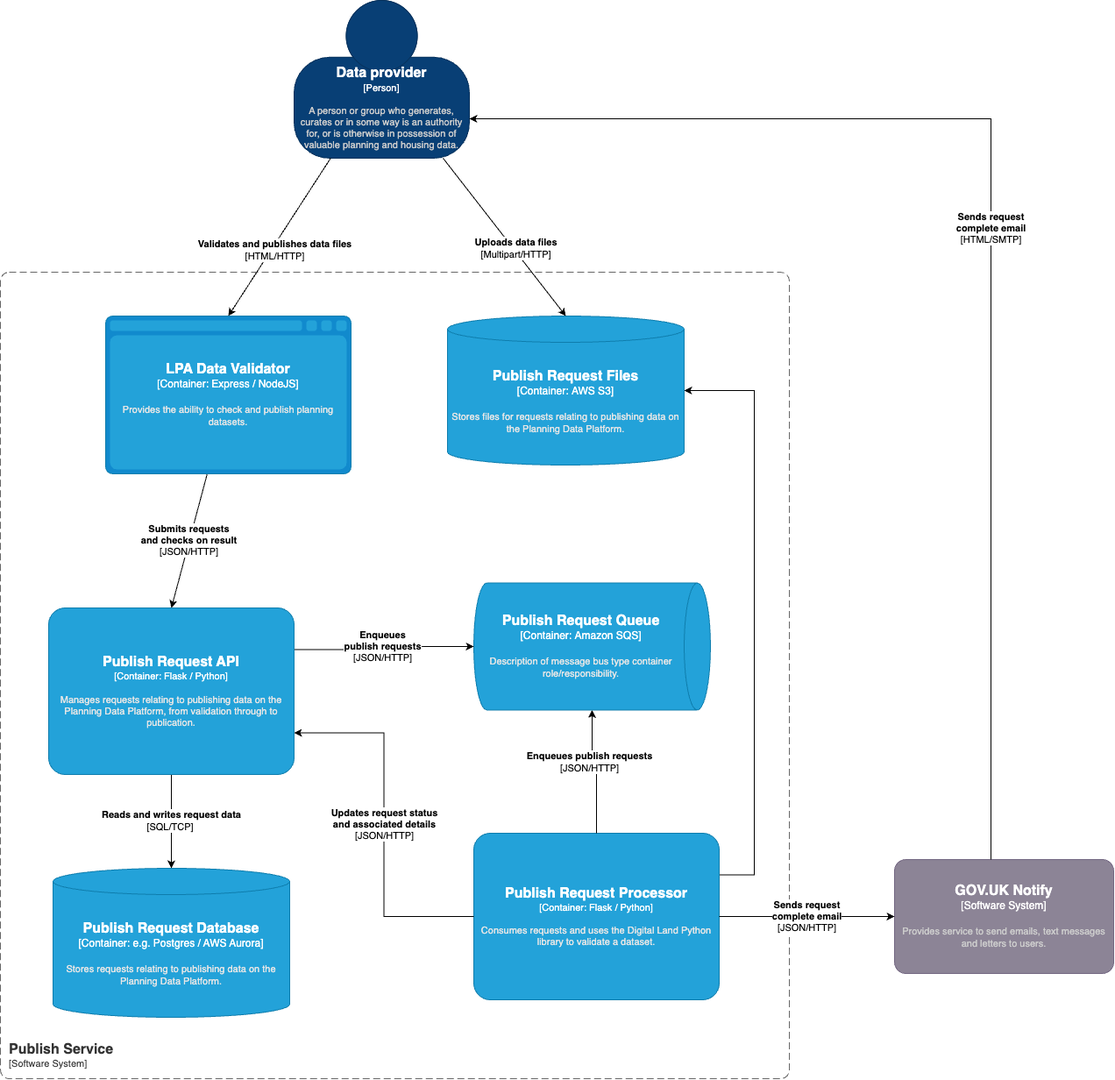
Before: source/architecture/design/proposals/001-publish-async/images/containers.drawio.png, a diagram exported from draw.io (digital-land/technical-documentation). Source tidied: cells renumbered, new cells last; positions are measured from the earlier drawing's top-left corner, leaving out a move shared by most shapes.
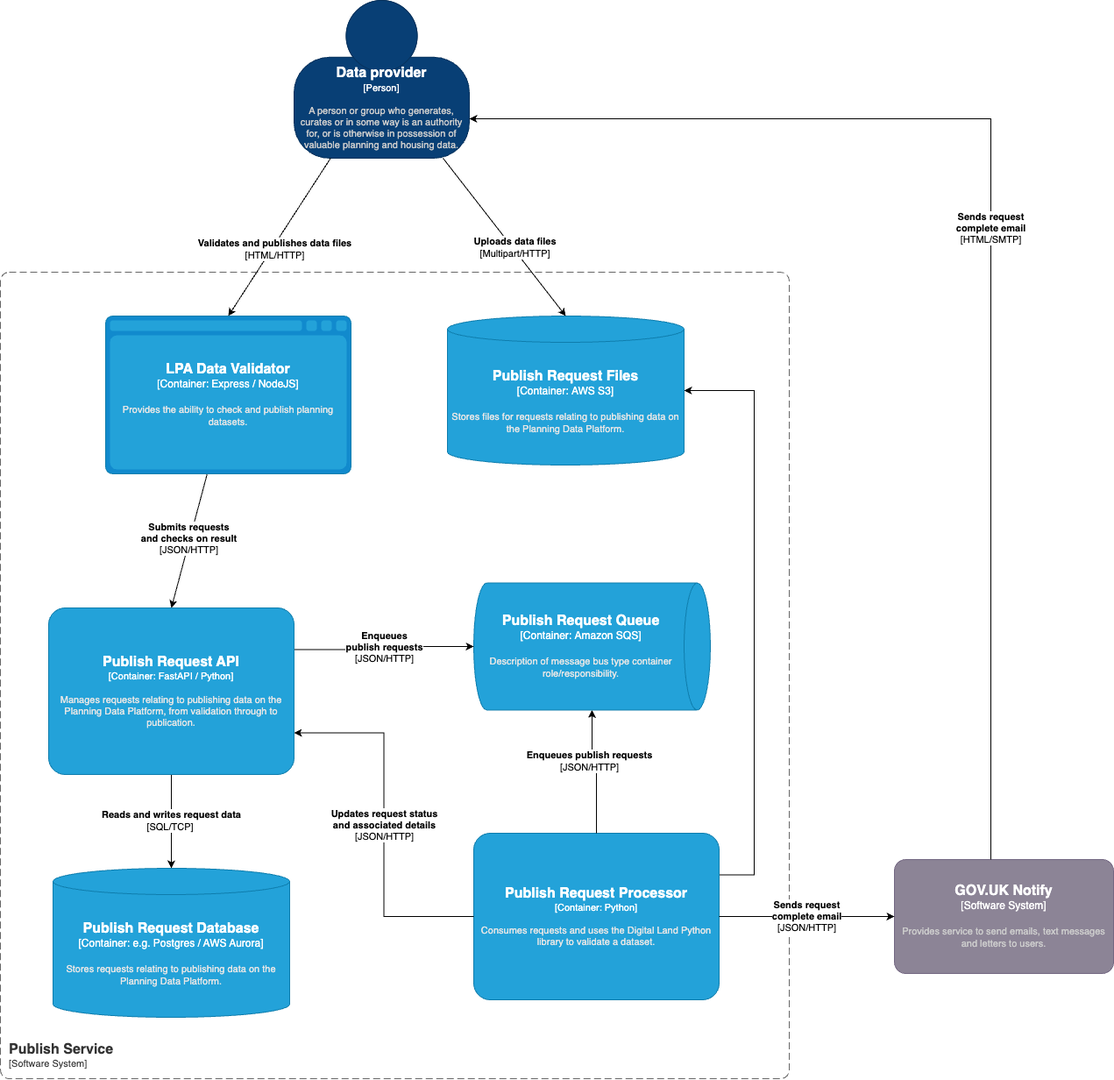
The same diagram one commit later.

Commit message:
A few tweaks to the design following feedback session with Owen

Diff of the diagram source:
```diff
@@ -20,7 +20,7 @@
         <mxPoint x="-148" y="475" as="offset" />
       </mxGeometry>
     </mxCell>
-    <object id="5" label="&lt;font style=&quot;font-size: 16px&quot;&gt;&lt;b&gt;%c4Name%&lt;/b&gt;&lt;/font&gt;&lt;div&gt;[%c4Type%: %c4Technology%]&lt;/div&gt;&lt;br&gt;&lt;div&gt;&lt;font style=&quot;font-size: 11px&quot;&gt;&lt;font color=&quot;#E6E6E6&quot;&gt;%c4Description%&lt;/font&gt;&lt;/div&gt;" c4Description="Consumes requests and uses the Digital Land Python library to validate a dataset." c4Name="Publish Request Processor" c4Technology="Flask / Python" c4Type="Container" placeholders="1">
+    <object id="5" label="&lt;font style=&quot;font-size: 16px&quot;&gt;&lt;b&gt;%c4Name%&lt;/b&gt;&lt;/font&gt;&lt;div&gt;[%c4Type%: %c4Technology%]&lt;/div&gt;&lt;br&gt;&lt;div&gt;&lt;font style=&quot;font-size: 11px&quot;&gt;&lt;font color=&quot;#E6E6E6&quot;&gt;%c4Description%&lt;/font&gt;&lt;/div&gt;" c4Description="Consumes requests and uses the Digital Land Python library to validate a dataset." c4Name="Publish Request Processor" c4Technology="Python" c4Type="Container" placeholders="1">
       <mxCell style="rounded=1;whiteSpace=wrap;html=1;fontSize=11;labelBackgroundColor=none;fillColor=#23A2D9;fontColor=#ffffff;align=center;arcSize=10;strokeColor=#0E7DAD;points=[[0.25,0,0],[0.5,0,0],[0.75,0,0],[1,0.25,0],[1,0.5,0],[1,0.75,0],[0.75,1,0],[0.5,1,0],[0.25,1,0],[0,0.75,0],[0,0.5,0],[0,0.25,0]];" parent="1" vertex="1">
         <mxGeometry x="540" y="950" width="280" height="190" as="geometry" />
       </mxCell>
@@ -64,7 +64,7 @@
     <mxCell id="16" value="&lt;b&gt;Enqueues &lt;br&gt;publish requests&lt;/b&gt;&lt;br&gt;[JSON/HTTP]" style="edgeStyle=orthogonalEdgeStyle;rounded=0;jettySize=auto;html=1;exitX=1;exitY=0.25;exitDx=0;exitDy=0;exitPerimeter=0;" parent="1" edge="1" source="17" target="14">
       <mxGeometry relative="1" as="geometry" />
     </mxCell>
-    <object id="17" label="&lt;font style=&quot;font-size: 16px&quot;&gt;&lt;b&gt;%c4Name%&lt;/b&gt;&lt;/font&gt;&lt;div&gt;[%c4Type%: %c4Technology%]&lt;/div&gt;&lt;br&gt;&lt;div&gt;&lt;font style=&quot;font-size: 11px&quot;&gt;&lt;font color=&quot;#E6E6E6&quot;&gt;%c4Description%&lt;/font&gt;&lt;/div&gt;" c4Description="Manages requests relating to publishing data on the Planning Data Platform, from validation through to publication." c4Name="Publish Request API" c4Technology="Flask / Python" c4Type="Container" placeholders="1">
+    <object id="17" label="&lt;font style=&quot;font-size: 16px&quot;&gt;&lt;b&gt;%c4Name%&lt;/b&gt;&lt;/font&gt;&lt;div&gt;[%c4Type%: %c4Technology%]&lt;/div&gt;&lt;br&gt;&lt;div&gt;&lt;font style=&quot;font-size: 11px&quot;&gt;&lt;font color=&quot;#E6E6E6&quot;&gt;%c4Description%&lt;/font&gt;&lt;/div&gt;" c4Description="Manages requests relating to publishing data on the Planning Data Platform, from validation through to publication." c4Name="Publish Request API" c4Technology="FastAPI / Python" c4Type="Container" placeholders="1">
       <mxCell style="rounded=1;whiteSpace=wrap;html=1;fontSize=11;labelBackgroundColor=none;fillColor=#23A2D9;fontColor=#ffffff;align=center;arcSize=10;strokeColor=#0E7DAD;points=[[0.25,0,0],[0.5,0,0],[0.75,0,0],[1,0.25,0],[1,0.5,0],[1,0.75,0],[0.75,1,0],[0.5,1,0],[0.25,1,0],[0,0.75,0],[0,0.5,0],[0,0.25,0]];" parent="1" vertex="1">
         <mxGeometry x="55" y="693" width="280" height="190" as="geometry" />
       </mxCell>
```
